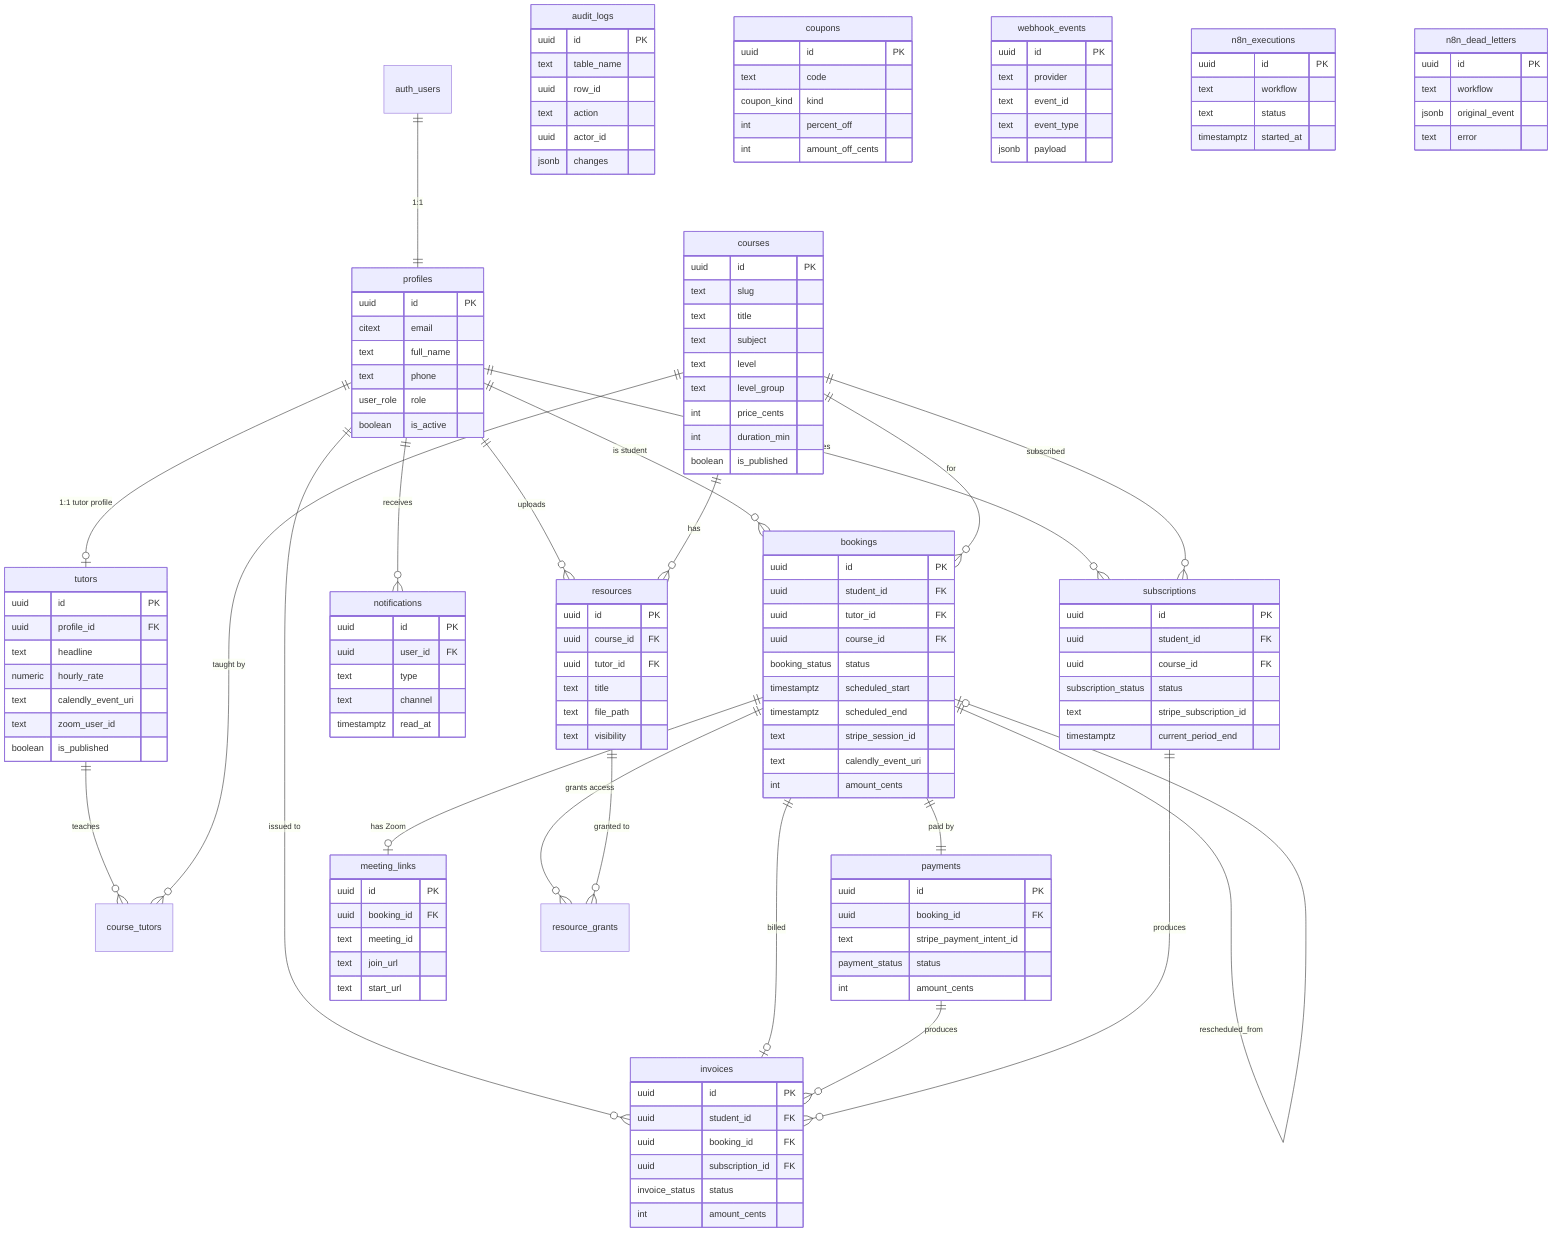
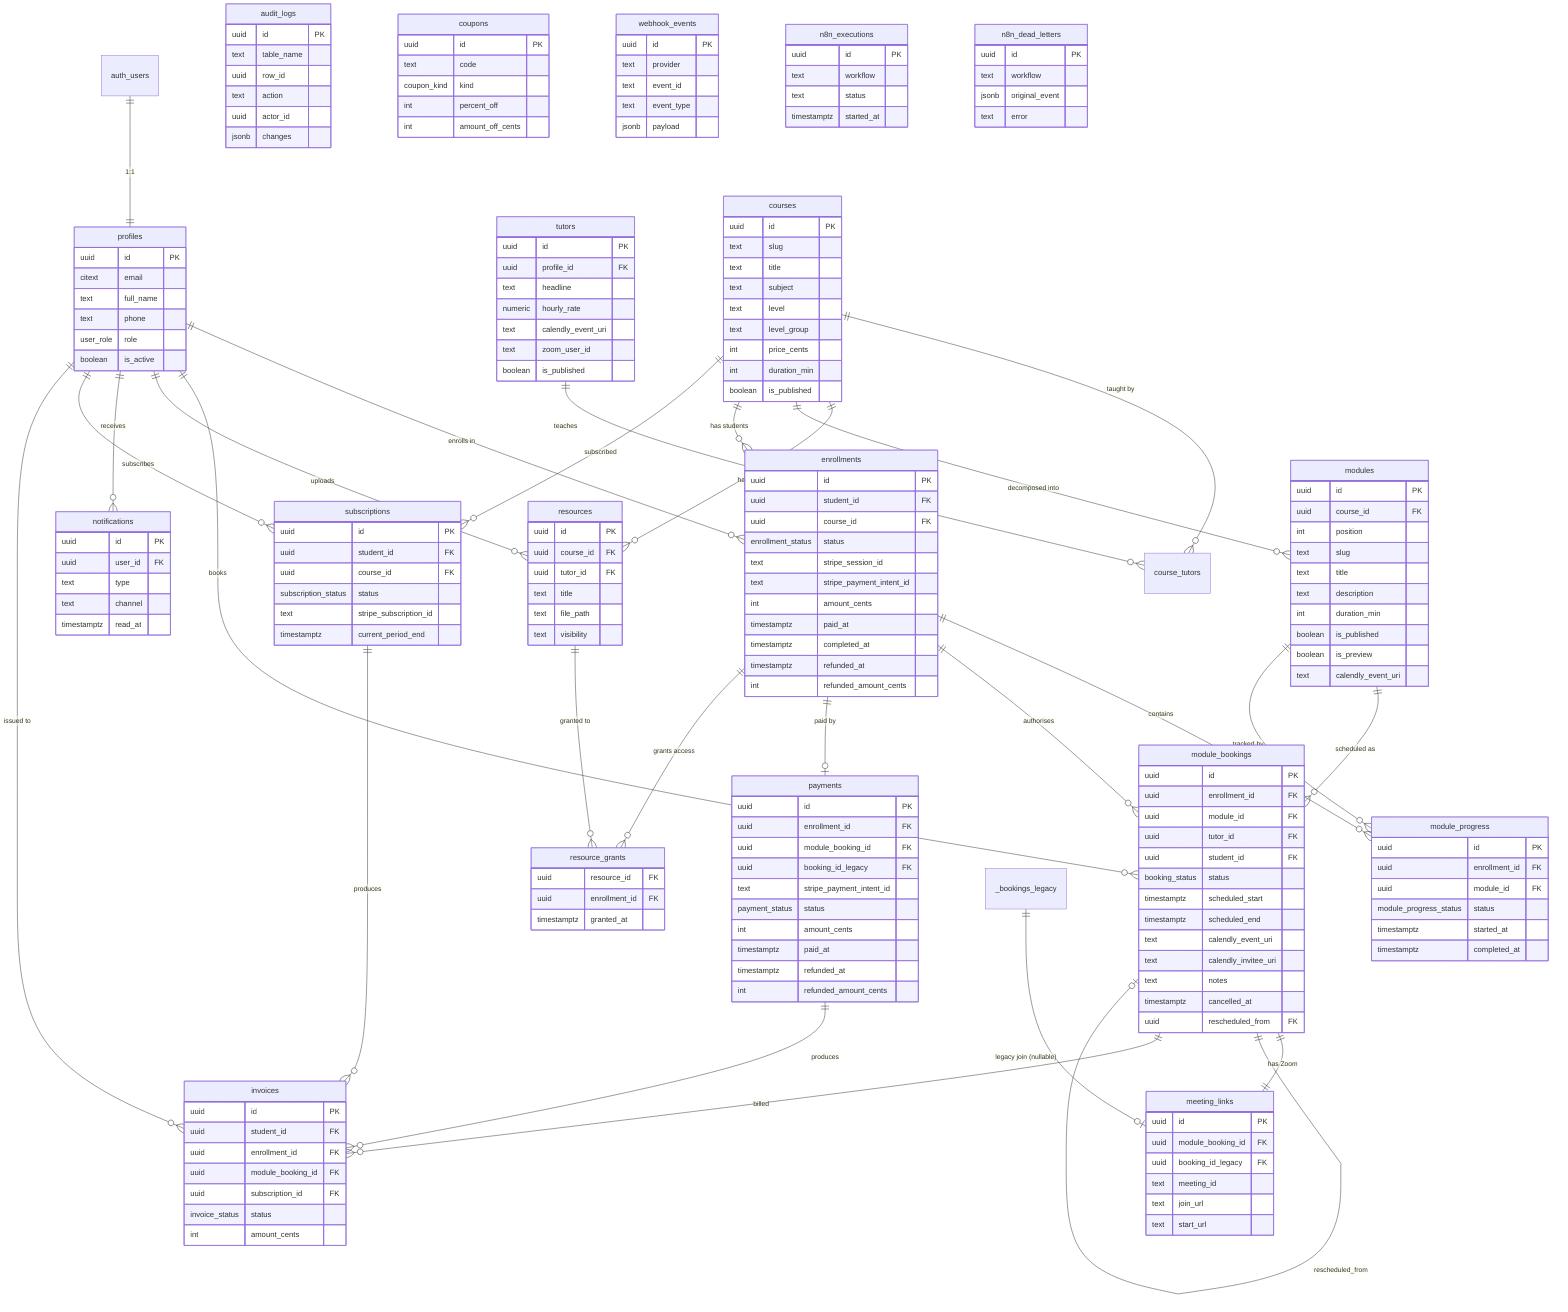
erDiagram
-     auth_users ||--|| profiles            : "1:1"
-     profiles   ||--o{ bookings            : "is student"
-     profiles   ||--o| tutors               : "1:1 tutor profile"
+     auth_users ||--|| profiles             : "1:1"
+     profiles   ||--o{ enrollments          : "enrolls in"
+     profiles   ||--o{ module_bookings      : "books"
    profiles   ||--o{ resources            : "uploads"
    profiles   ||--o{ notifications        : "receives"
    profiles   ||--o{ subscriptions        : "subscribes"
    profiles   ||--o{ invoices             : "issued to"

    tutors     ||--o{ course_tutors        : "teaches"
    courses    ||--o{ course_tutors        : "taught by"
    courses    ||--o{ resources            : "has"
-     courses    ||--o{ bookings             : "for"
+     courses    ||--o{ modules              : "decomposed into"
+     courses    ||--o{ enrollments          : "has students"
    courses    ||--o{ subscriptions        : "subscribed"

-     bookings   ||--|| payments             : "paid by"
-     bookings   ||--o| meeting_links        : "has Zoom"
-     bookings   ||--o| bookings             : "rescheduled_from"
-     bookings   ||--o{ resource_grants      : "grants access"
-     bookings   ||--o| invoices             : "billed"
+     modules    ||--o{ module_bookings      : "scheduled as"
+     modules    ||--o{ module_progress      : "tracked by"
+ 
+     enrollments ||--o{ module_progress     : "contains"
+     enrollments ||--o{ module_bookings     : "authorises"
+     enrollments ||--o| payments            : "paid by"
+     enrollments ||--o{ resource_grants     : "grants access"
+ 
+     module_bookings ||--|| meeting_links   : "has Zoom"
+     module_bookings ||--o| module_bookings : "rescheduled_from"
+     module_bookings ||--o{ invoices        : "billed"

    resources  ||--o{ resource_grants      : "granted to"

    payments   ||--o{ invoices             : "produces"
    subscriptions ||--o{ invoices          : "produces"
+ 
+     %% Legacy / deprecated
+     _bookings_legacy ||--o| meeting_links  : "legacy join (nullable)"

    profiles {
        uuid    id PK
        citext  email
        text    full_name
        text    phone
        user_role role
        boolean is_active
    }
    tutors {
        uuid    id PK
        uuid    profile_id FK
        text    headline
        numeric hourly_rate
        text    calendly_event_uri
        text    zoom_user_id
        boolean is_published
    }
    courses {
        uuid    id PK
        text    slug
        text    title
        text    subject
        text    level
        text    level_group
        int     price_cents
        int     duration_min
        boolean is_published
    }
-     bookings {
+     modules {
+         uuid    id PK
+         uuid    course_id FK
+         int     position
+         text    slug
+         text    title
+         text    description
+         int     duration_min
+         boolean is_published
+         boolean is_preview
+         text    calendly_event_uri
+     }
+     enrollments {
        uuid    id PK
        uuid    student_id FK
-         uuid    tutor_id   FK
        uuid    course_id  FK
+         enrollment_status status
+         text    stripe_session_id
+         text    stripe_payment_intent_id
+         int     amount_cents
+         timestamptz paid_at
+         timestamptz completed_at
+         timestamptz refunded_at
+         int     refunded_amount_cents
+     }
+     module_progress {
+         uuid    id PK
+         uuid    enrollment_id FK
+         uuid    module_id     FK
+         module_progress_status status
+         timestamptz started_at
+         timestamptz completed_at
+     }
+     module_bookings {
+         uuid    id PK
+         uuid    enrollment_id FK
+         uuid    module_id     FK
+         uuid    tutor_id      FK
+         uuid    student_id    FK
        booking_status status
        timestamptz scheduled_start
        timestamptz scheduled_end
-         text    stripe_session_id
        text    calendly_event_uri
-         int     amount_cents
+         text    calendly_invitee_uri
+         text    notes
+         timestamptz cancelled_at
+         uuid    rescheduled_from FK
    }
    payments {
        uuid    id PK
-         uuid    booking_id FK
+         uuid    enrollment_id   FK
+         uuid    module_booking_id FK
+         uuid    booking_id_legacy FK
        text    stripe_payment_intent_id
        payment_status status
        int     amount_cents
+         timestamptz paid_at
+         timestamptz refunded_at
+         int     refunded_amount_cents
    }
    meeting_links {
        uuid    id PK
-         uuid    booking_id FK
+         uuid    module_booking_id FK
+         uuid    booking_id_legacy FK
        text    meeting_id
        text    join_url
        text    start_url
    }
    resources {
        uuid    id PK
        uuid    course_id FK
        uuid    tutor_id  FK
        text    title
        text    file_path
        text    visibility
    }
+     resource_grants {
+         uuid    resource_id  FK
+         uuid    enrollment_id FK
+         timestamptz granted_at
+     }
    notifications {
        uuid    id PK
        uuid    user_id FK
        text    type
        text    channel
        timestamptz read_at
    }
    audit_logs {
        uuid    id PK
        text    table_name
        uuid    row_id
        text    action
        uuid    actor_id
        jsonb   changes
    }
    subscriptions {
        uuid    id PK
        uuid    student_id FK
        uuid    course_id  FK
        subscription_status status
        text    stripe_subscription_id
        timestamptz current_period_end
    }
    coupons {
        uuid    id PK
        text    code
        coupon_kind kind
        int     percent_off
        int     amount_off_cents
    }
    invoices {
        uuid    id PK
        uuid    student_id FK
-         uuid    booking_id FK
+         uuid    enrollment_id FK
+         uuid    module_booking_id FK
        uuid    subscription_id FK
        invoice_status status
        int     amount_cents
    }
    webhook_events {
        uuid    id PK
        text    provider
        text    event_id
        text    event_type
        jsonb   payload
    }
    n8n_executions {
        uuid    id PK
        text    workflow
        text    status
        timestamptz started_at
    }
    n8n_dead_letters {
        uuid    id PK
        text    workflow
-         jsonb   original_event
+         jsonb original_event
        text    error
    }
